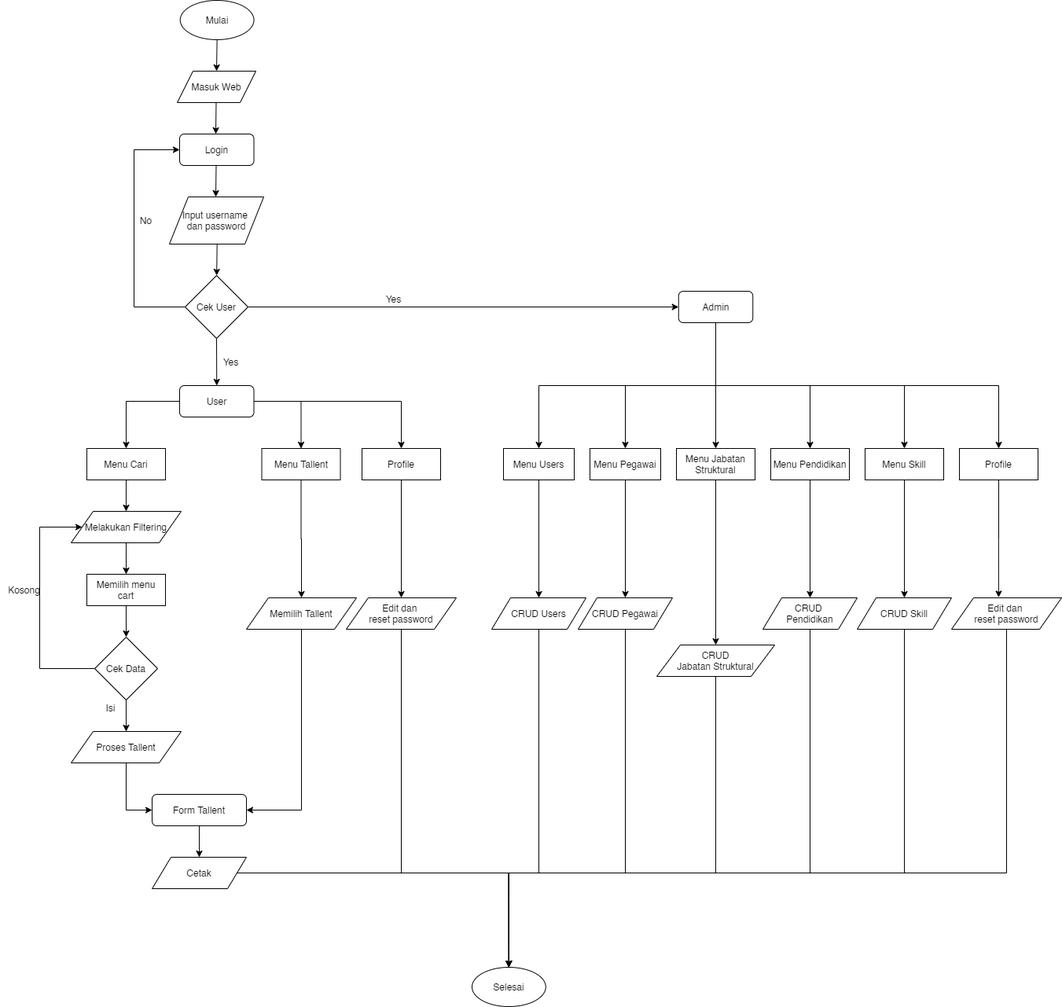
This is pics/diagram/Flowchart.png from zakariawahyu/bukuPA, a draw.io export, as it was before one commit. Source tidied: cells renumbered, new cells last; positions are measured from the earlier drawing's top-left corner, leaving out a move shared by most shapes.
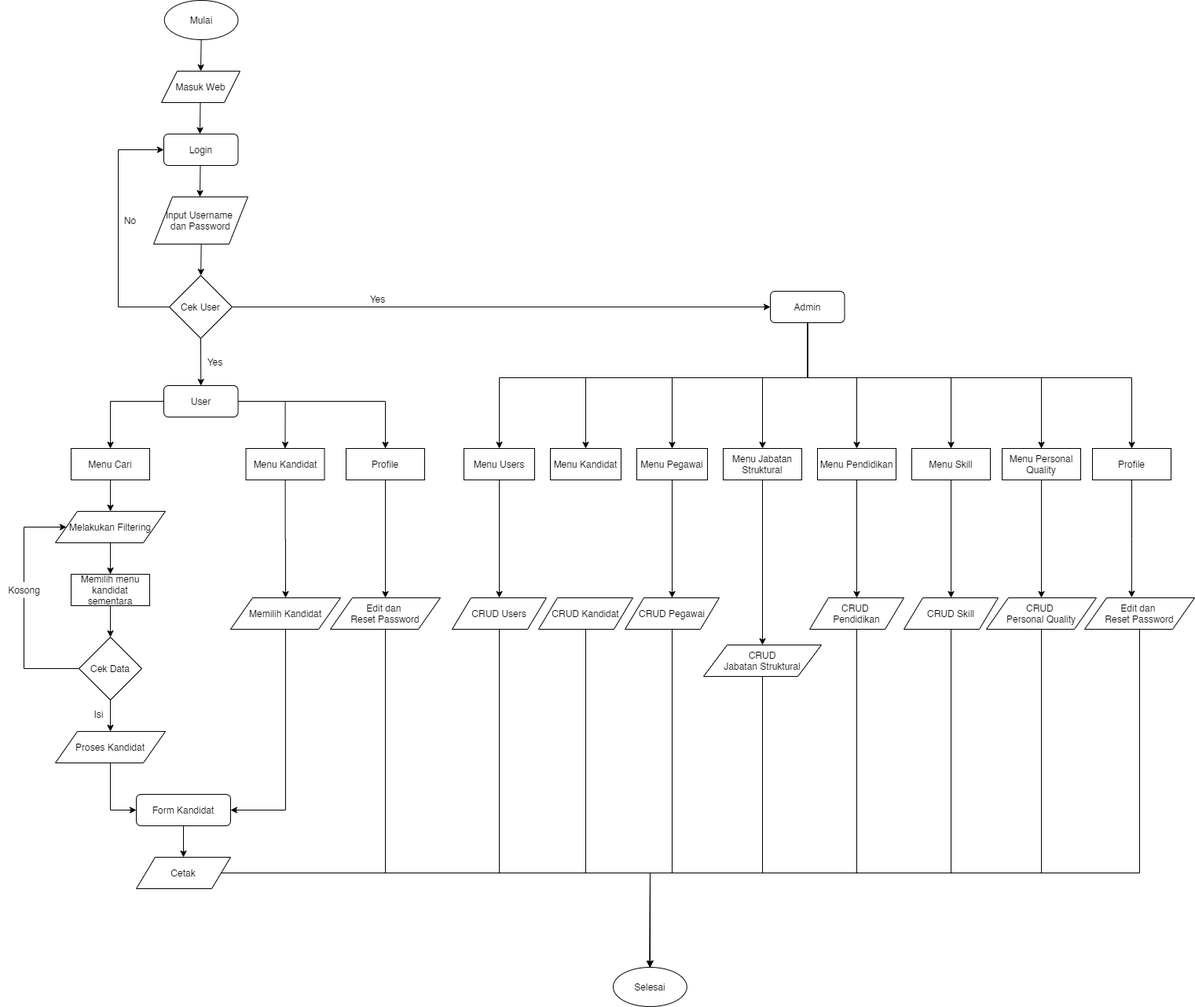
After the change.

Change to the diagram source:
```diff
@@ -16,10 +16,10 @@
     </mxCell>
-    <mxCell id="6" value="Input username&amp;nbsp;&lt;br&gt;dan password" style="shape=parallelogram;perimeter=parallelogramPerimeter;whiteSpace=wrap;html=1;fillColor=none;gradientColor=none;align=center;" parent="1" vertex="1">
+    <mxCell id="6" value="Input Username&amp;nbsp;&lt;br&gt;dan Password" style="shape=parallelogram;perimeter=parallelogramPerimeter;whiteSpace=wrap;html=1;fillColor=none;gradientColor=none;align=center;" parent="1" vertex="1">
       <mxGeometry x="215" y="250" width="120" height="60" as="geometry" />
     </mxCell>
-    <mxCell id="7" style="edgeStyle=orthogonalEdgeStyle;rounded=0;jettySize=auto;html=1;entryX=0.5;entryY=0;entryDx=0;entryDy=0;" parent="1" edge="1" source="13" target="22">
+    <mxCell id="7" style="edgeStyle=orthogonalEdgeStyle;rounded=0;jettySize=auto;html=1;" parent="1" edge="1" source="13" target="22">
       <mxGeometry relative="1" as="geometry">
         <Array as="points">
-          <mxPoint x="910" y="490" />
-          <mxPoint x="685" y="490" />
+          <mxPoint x="1047" y="480" />
+          <mxPoint x="655" y="480" />
         </Array>
@@ -27,2 +27,10 @@
     </mxCell>
+    <mxCell id="82" style="edgeStyle=orthogonalEdgeStyle;rounded=0;jettySize=auto;html=1;" parent="1" edge="1" source="13" target="89">
+      <mxGeometry relative="1" as="geometry">
+        <Array as="points">
+          <mxPoint x="1047" y="480" />
+          <mxPoint x="765" y="480" />
+        </Array>
+      </mxGeometry>
+    </mxCell>
     <mxCell id="8" style="edgeStyle=orthogonalEdgeStyle;rounded=0;jettySize=auto;html=1;entryX=0.5;entryY=0;entryDx=0;entryDy=0;" parent="1" edge="1" source="13" target="24">
@@ -30,4 +38,4 @@
         <Array as="points">
-          <mxPoint x="910" y="490" />
-          <mxPoint x="795" y="490" />
+          <mxPoint x="1047" y="480" />
+          <mxPoint x="875" y="480" />
         </Array>
@@ -36,3 +44,8 @@
     <mxCell id="9" style="edgeStyle=orthogonalEdgeStyle;rounded=0;jettySize=auto;html=1;entryX=0.5;entryY=0;entryDx=0;entryDy=0;" parent="1" edge="1" source="13" target="26">
-      <mxGeometry relative="1" as="geometry" />
+      <mxGeometry relative="1" as="geometry">
+        <Array as="points">
+          <mxPoint x="1047" y="480" />
+          <mxPoint x="990" y="480" />
+        </Array>
+      </mxGeometry>
     </mxCell>
@@ -41,4 +54,4 @@
         <Array as="points">
-          <mxPoint x="910" y="490" />
-          <mxPoint x="1030" y="490" />
+          <mxPoint x="1047" y="480" />
+          <mxPoint x="1110" y="480" />
         </Array>
@@ -49,4 +62,4 @@
         <Array as="points">
-          <mxPoint x="910" y="490" />
-          <mxPoint x="1150" y="490" />
+          <mxPoint x="1047" y="480" />
+          <mxPoint x="1230" y="480" />
         </Array>
@@ -54,7 +67,15 @@
     </mxCell>
+    <mxCell id="83" style="edgeStyle=orthogonalEdgeStyle;rounded=0;jettySize=auto;html=1;entryX=0.5;entryY=0;entryDx=0;entryDy=0;" parent="1" edge="1" source="13" target="85">
+      <mxGeometry relative="1" as="geometry">
+        <Array as="points">
+          <mxPoint x="1047" y="480" />
+          <mxPoint x="1345" y="480" />
+        </Array>
+      </mxGeometry>
+    </mxCell>
-    <mxCell id="12" style="edgeStyle=orthogonalEdgeStyle;rounded=0;jettySize=auto;html=1;" parent="1" edge="1" source="13" target="78">
+    <mxCell id="12" style="edgeStyle=orthogonalEdgeStyle;rounded=0;jettySize=auto;html=1;entryX=0.5;entryY=0;entryDx=0;entryDy=0;" parent="1" edge="1" source="13" target="78">
       <mxGeometry relative="1" as="geometry">
         <Array as="points">
-          <mxPoint x="910" y="490" />
-          <mxPoint x="1270" y="490" />
+          <mxPoint x="1047" y="480" />
+          <mxPoint x="1460" y="480" />
         </Array>
@@ -63,3 +84,3 @@
     <mxCell id="13" value="Admin" style="rounded=1;whiteSpace=wrap;html=1;fillColor=none;gradientColor=none;align=center;" parent="1" vertex="1">
-      <mxGeometry x="862.8" y="370" width="94.5" height="40" as="geometry" />
+      <mxGeometry x="1000" y="370" width="94.5" height="40" as="geometry" />
     </mxCell>
@@ -83,3 +104,3 @@
     </mxCell>
-    <mxCell id="20" value="Menu Tallent" style="rounded=0;whiteSpace=wrap;html=1;fillColor=none;gradientColor=none;align=center;" parent="1" vertex="1">
+    <mxCell id="20" value="Menu Kandidat" style="rounded=0;whiteSpace=wrap;html=1;fillColor=none;gradientColor=none;align=center;" parent="1" vertex="1">
       <mxGeometry x="332.5" y="570" width="100" height="40" as="geometry" />
@@ -90,3 +111,3 @@
     <mxCell id="22" value="Menu Users" style="rounded=0;whiteSpace=wrap;html=1;fillColor=none;gradientColor=none;align=center;" parent="1" vertex="1">
-      <mxGeometry x="640" y="570" width="90" height="40" as="geometry" />
+      <mxGeometry x="610" y="570" width="90" height="40" as="geometry" />
     </mxCell>
@@ -96,3 +117,3 @@
     <mxCell id="24" value="Menu Pegawai" style="rounded=0;whiteSpace=wrap;html=1;fillColor=none;gradientColor=none;align=center;" parent="1" vertex="1">
-      <mxGeometry x="750" y="570" width="90" height="40" as="geometry" />
+      <mxGeometry x="830" y="570" width="90" height="40" as="geometry" />
     </mxCell>
@@ -102,3 +123,3 @@
     <mxCell id="26" value="Menu Jabatan Struktural" style="rounded=0;whiteSpace=wrap;html=1;fillColor=none;gradientColor=none;align=center;" parent="1" vertex="1">
-      <mxGeometry x="860" y="570" width="100" height="40" as="geometry" />
+      <mxGeometry x="940" y="570" width="100" height="40" as="geometry" />
     </mxCell>
@@ -108,3 +129,3 @@
     <mxCell id="28" value="Menu Pendidikan" style="rounded=0;whiteSpace=wrap;html=1;fillColor=none;gradientColor=none;align=center;" parent="1" vertex="1">
-      <mxGeometry x="980" y="570" width="100" height="40" as="geometry" />
+      <mxGeometry x="1060" y="570" width="100" height="40" as="geometry" />
     </mxCell>
@@ -114,3 +135,3 @@
     <mxCell id="30" value="Menu Skill" style="rounded=0;whiteSpace=wrap;html=1;fillColor=none;gradientColor=none;align=center;" parent="1" vertex="1">
-      <mxGeometry x="1100" y="570" width="100" height="40" as="geometry" />
+      <mxGeometry x="1180" y="570" width="100" height="40" as="geometry" />
     </mxCell>
@@ -174,3 +195,3 @@
     </mxCell>
-    <mxCell id="45" value="Memilih menu cart" style="rounded=0;whiteSpace=wrap;html=1;fillColor=none;gradientColor=none;align=center;" parent="1" vertex="1">
+    <mxCell id="45" value="Memilih menu kandidat sementara" style="rounded=0;whiteSpace=wrap;html=1;fillColor=none;gradientColor=none;align=center;" parent="1" vertex="1">
       <mxGeometry x="110" y="730" width="100" height="40" as="geometry" />
@@ -194,5 +215,4 @@
     </mxCell>
-    <mxCell id="51" style="endArrow=none;html=1;" parent="1" edge="1">
+    <mxCell id="51" style="endArrow=none;html=1;" parent="1" edge="1" source="52">
       <mxGeometry relative="1" as="geometry">
-        <mxPoint x="50" y="850" as="sourcePoint" />
         <mxPoint x="50" y="670" as="targetPoint" />
@@ -200,5 +220,2 @@
     </mxCell>
-    <mxCell id="52" value="Kosong" style="text;html=1;align=center;verticalAlign=middle;points=[];" parent="1" vertex="1">
-      <mxGeometry y="740" width="60" height="20" as="geometry" />
-    </mxCell>
     <mxCell id="53" style="endArrow=classic;html=1;entryX=0;entryY=0.5;entryDx=0;entryDy=0;" parent="1" edge="1" target="31">
@@ -211,3 +228,3 @@
     </mxCell>
-    <mxCell id="55" value="Proses Tallent" style="shape=parallelogram;perimeter=parallelogramPerimeter;whiteSpace=wrap;html=1;fillColor=none;gradientColor=none;align=center;" parent="1" vertex="1">
+    <mxCell id="55" value="Proses Kandidat" style="shape=parallelogram;perimeter=parallelogramPerimeter;whiteSpace=wrap;html=1;fillColor=none;gradientColor=none;align=center;" parent="1" vertex="1">
       <mxGeometry x="90" y="930" width="140" height="40" as="geometry" />
@@ -217,3 +234,3 @@
     </mxCell>
-    <mxCell id="57" value="Form Tallent" style="rounded=1;whiteSpace=wrap;html=1;fillColor=none;gradientColor=none;align=center;" parent="1" vertex="1">
+    <mxCell id="57" value="Form Kandidat" style="rounded=1;whiteSpace=wrap;html=1;fillColor=none;gradientColor=none;align=center;" parent="1" vertex="1">
       <mxGeometry x="193" y="1010" width="120" height="40" as="geometry" />
@@ -223,3 +240,3 @@
     </mxCell>
-    <mxCell id="59" value="Memilih Tallent" style="shape=parallelogram;perimeter=parallelogramPerimeter;whiteSpace=wrap;html=1;fillColor=none;gradientColor=none;align=center;" parent="1" vertex="1">
+    <mxCell id="59" value="Memilih Kandidat" style="shape=parallelogram;perimeter=parallelogramPerimeter;whiteSpace=wrap;html=1;fillColor=none;gradientColor=none;align=center;" parent="1" vertex="1">
       <mxGeometry x="313" y="760" width="140" height="40" as="geometry" />
@@ -238,3 +255,3 @@
     </mxCell>
-    <mxCell id="64" style="edgeStyle=orthogonalEdgeStyle;rounded=0;jettySize=auto;html=1;" parent="1" edge="1" source="65" target="66">
+    <mxCell id="64" style="edgeStyle=orthogonalEdgeStyle;rounded=0;jettySize=auto;html=1;entryX=0.5;entryY=0;entryDx=0;entryDy=0;" parent="1" edge="1" source="65" target="66">
       <mxGeometry relative="1" as="geometry">
@@ -242,3 +259,3 @@
           <mxPoint x="510" y="1110" />
-          <mxPoint x="647" y="1110" />
+          <mxPoint x="847" y="1110" />
         </Array>
@@ -246,3 +263,3 @@
     </mxCell>
-    <mxCell id="65" value="Edit dan &lt;br&gt;reset password" style="shape=parallelogram;perimeter=parallelogramPerimeter;whiteSpace=wrap;html=1;fillColor=none;gradientColor=none;align=center;" parent="1" vertex="1">
+    <mxCell id="65" value="Edit dan &lt;br&gt;Reset Password" style="shape=parallelogram;perimeter=parallelogramPerimeter;whiteSpace=wrap;html=1;fillColor=none;gradientColor=none;align=center;" parent="1" vertex="1">
       <mxGeometry x="440" y="760" width="140" height="40" as="geometry" />
@@ -250,9 +267,9 @@
     <mxCell id="66" value="Selesai" style="ellipse;whiteSpace=wrap;html=1;fillColor=none;gradientColor=none;align=center;" parent="1" vertex="1">
-      <mxGeometry x="600" y="1230" width="93.8" height="50" as="geometry" />
+      <mxGeometry x="800" y="1230" width="93.8" height="50" as="geometry" />
     </mxCell>
-    <mxCell id="67" style="edgeStyle=orthogonalEdgeStyle;rounded=0;jettySize=auto;html=1;entryX=0.5;entryY=0;entryDx=0;entryDy=0;" parent="1" edge="1" source="68" target="66">
+    <mxCell id="67" style="edgeStyle=orthogonalEdgeStyle;rounded=0;jettySize=auto;html=1;" parent="1" edge="1" source="68" target="66">
       <mxGeometry relative="1" as="geometry">
         <Array as="points">
-          <mxPoint x="685" y="1110" />
-          <mxPoint x="647" y="1110" />
+          <mxPoint x="655" y="1110" />
+          <mxPoint x="847" y="1110" />
         </Array>
@@ -261,3 +278,3 @@
     <mxCell id="68" value="CRUD Users" style="shape=parallelogram;perimeter=parallelogramPerimeter;whiteSpace=wrap;html=1;fillColor=none;gradientColor=none;align=center;" parent="1" vertex="1">
-      <mxGeometry x="625" y="760" width="120" height="40" as="geometry" />
+      <mxGeometry x="595" y="760" width="120" height="40" as="geometry" />
     </mxCell>
@@ -266,4 +283,4 @@
         <Array as="points">
-          <mxPoint x="795" y="1110" />
-          <mxPoint x="647" y="1110" />
+          <mxPoint x="875" y="1110" />
+          <mxPoint x="847" y="1110" />
         </Array>
@@ -272,9 +289,9 @@
     <mxCell id="70" value="CRUD Pegawai" style="shape=parallelogram;perimeter=parallelogramPerimeter;whiteSpace=wrap;html=1;fillColor=none;gradientColor=none;align=center;" parent="1" vertex="1">
-      <mxGeometry x="735" y="760" width="120" height="40" as="geometry" />
+      <mxGeometry x="815" y="760" width="120" height="40" as="geometry" />
     </mxCell>
-    <mxCell id="71" style="edgeStyle=orthogonalEdgeStyle;rounded=0;jettySize=auto;html=1;entryX=0.5;entryY=0;entryDx=0;entryDy=0;" parent="1" edge="1" source="72" target="66">
+    <mxCell id="71" style="edgeStyle=orthogonalEdgeStyle;rounded=0;jettySize=auto;html=1;" parent="1" edge="1" source="72" target="66">
       <mxGeometry relative="1" as="geometry">
         <Array as="points">
-          <mxPoint x="910" y="1110" />
-          <mxPoint x="647" y="1110" />
+          <mxPoint x="990" y="1110" />
+          <mxPoint x="847" y="1110" />
         </Array>
@@ -283,3 +300,3 @@
     <mxCell id="72" value="CRUD&lt;br&gt;Jabatan Struktural" style="shape=parallelogram;perimeter=parallelogramPerimeter;whiteSpace=wrap;html=1;fillColor=none;gradientColor=none;align=center;" parent="1" vertex="1">
-      <mxGeometry x="835" y="820" width="150" height="40" as="geometry" />
+      <mxGeometry x="915" y="820" width="150" height="40" as="geometry" />
     </mxCell>
@@ -288,4 +305,4 @@
         <Array as="points">
-          <mxPoint x="1030" y="1110" />
-          <mxPoint x="647" y="1110" />
+          <mxPoint x="1110" y="1110" />
+          <mxPoint x="847" y="1110" />
         </Array>
@@ -294,3 +311,3 @@
     <mxCell id="74" value="CRUD&amp;nbsp;&lt;br&gt;Pendidikan" style="shape=parallelogram;perimeter=parallelogramPerimeter;whiteSpace=wrap;html=1;fillColor=none;gradientColor=none;align=center;" parent="1" vertex="1">
-      <mxGeometry x="970" y="760" width="120" height="40" as="geometry" />
+      <mxGeometry x="1050" y="760" width="120" height="40" as="geometry" />
     </mxCell>
@@ -299,4 +316,4 @@
         <Array as="points">
-          <mxPoint x="1150" y="1110" />
-          <mxPoint x="647" y="1110" />
+          <mxPoint x="1230" y="1110" />
+          <mxPoint x="847" y="1110" />
         </Array>
@@ -305,3 +322,3 @@
     <mxCell id="76" value="CRUD Skill" style="shape=parallelogram;perimeter=parallelogramPerimeter;whiteSpace=wrap;html=1;fillColor=none;gradientColor=none;align=center;" parent="1" vertex="1">
-      <mxGeometry x="1090" y="760" width="120" height="40" as="geometry" />
+      <mxGeometry x="1170" y="760" width="120" height="40" as="geometry" />
     </mxCell>
@@ -311,3 +328,3 @@
     <mxCell id="78" value="Profile" style="rounded=0;whiteSpace=wrap;html=1;fillColor=none;gradientColor=none;align=center;" parent="1" vertex="1">
-      <mxGeometry x="1220" y="570" width="100" height="40" as="geometry" />
+      <mxGeometry x="1410" y="570" width="100" height="40" as="geometry" />
     </mxCell>
@@ -316,4 +333,4 @@
         <Array as="points">
-          <mxPoint x="1280" y="1110" />
-          <mxPoint x="647" y="1110" />
+          <mxPoint x="1470" y="1110" />
+          <mxPoint x="847" y="1110" />
         </Array>
@@ -321,8 +338,47 @@
     </mxCell>
-    <mxCell id="80" value="Edit dan &lt;br&gt;reset password" style="shape=parallelogram;perimeter=parallelogramPerimeter;whiteSpace=wrap;html=1;fillColor=none;gradientColor=none;align=center;" parent="1" vertex="1">
-      <mxGeometry x="1210" y="760" width="140" height="40" as="geometry" />
+    <mxCell id="80" value="Edit dan &lt;br&gt;Reset Password" style="shape=parallelogram;perimeter=parallelogramPerimeter;whiteSpace=wrap;html=1;fillColor=none;gradientColor=none;align=center;" parent="1" vertex="1">
+      <mxGeometry x="1400" y="760" width="140" height="40" as="geometry" />
     </mxCell>
     <mxCell id="81" value="Isi" style="text;html=1;align=center;verticalAlign=middle;" parent="1" vertex="1">
-      <mxGeometry x="125" y="890" width="30" height="20" as="geometry" />
+      <mxGeometry x="130" y="898" width="30" height="20" as="geometry" />
     </mxCell>
+    <mxCell id="84" style="edgeStyle=orthogonalEdgeStyle;rounded=0;jettySize=auto;html=1;" parent="1" edge="1" source="85" target="87">
+      <mxGeometry relative="1" as="geometry" />
+    </mxCell>
+    <mxCell id="85" value="Menu Personal Quality" style="rounded=0;whiteSpace=wrap;html=1;fillColor=none;gradientColor=none;align=center;" parent="1" vertex="1">
+      <mxGeometry x="1295" y="570" width="100" height="40" as="geometry" />
+    </mxCell>
+    <mxCell id="86" style="edgeStyle=orthogonalEdgeStyle;rounded=0;jettySize=auto;html=1;" parent="1" edge="1" source="87" target="66">
+      <mxGeometry relative="1" as="geometry">
+        <Array as="points">
+          <mxPoint x="1345" y="1110" />
+          <mxPoint x="847" y="1110" />
+        </Array>
+      </mxGeometry>
+    </mxCell>
+    <mxCell id="87" value="CRUD &lt;br&gt;Personal Quality" style="shape=parallelogram;perimeter=parallelogramPerimeter;whiteSpace=wrap;html=1;fillColor=none;gradientColor=none;align=center;" parent="1" vertex="1">
+      <mxGeometry x="1275" y="760" width="140" height="40" as="geometry" />
+    </mxCell>
+    <mxCell id="52" value="Kosong" style="text;html=1;align=center;verticalAlign=middle;points=[];" parent="1" vertex="1">
+      <mxGeometry x="20" y="740" width="60" height="20" as="geometry" />
+    </mxCell>
+    <mxCell id="88" style="endArrow=none;html=1;" parent="1" edge="1" target="52">
+      <mxGeometry relative="1" as="geometry">
+        <mxPoint x="50" y="850" as="sourcePoint" />
+      </mxGeometry>
+    </mxCell>
+    <mxCell id="89" value="Menu Kandidat" style="rounded=0;whiteSpace=wrap;html=1;fillColor=none;gradientColor=none;align=center;" parent="1" vertex="1">
+      <mxGeometry x="720" y="570" width="90" height="40" as="geometry" />
+    </mxCell>
+    <mxCell id="90" style="edgeStyle=orthogonalEdgeStyle;rounded=0;jettySize=auto;html=1;exitX=0.5;exitY=1;exitDx=0;exitDy=0;" parent="1" edge="1" source="91" target="66">
+      <mxGeometry relative="1" as="geometry">
+        <Array as="points">
+          <mxPoint x="765" y="1110" />
+          <mxPoint x="847" y="1110" />
+        </Array>
+      </mxGeometry>
+    </mxCell>
+    <mxCell id="91" value="CRUD Kandidat" style="shape=parallelogram;perimeter=parallelogramPerimeter;whiteSpace=wrap;html=1;fillColor=none;gradientColor=none;align=center;" parent="1" vertex="1">
+      <mxGeometry x="705" y="760" width="120" height="40" as="geometry" />
+    </mxCell>
   </root>
```
